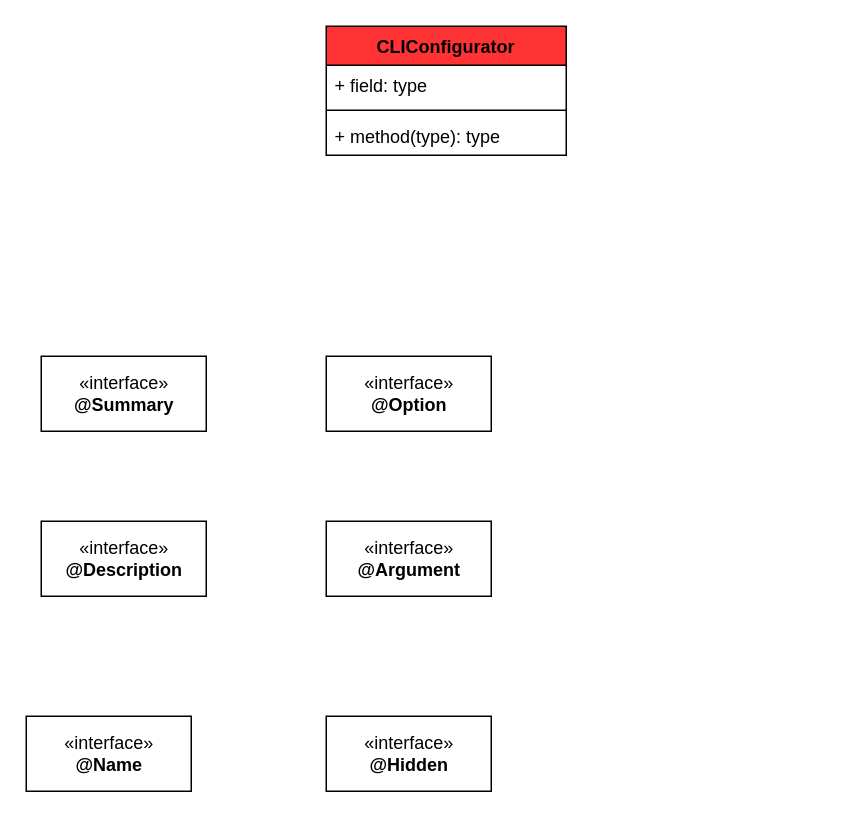
The draw.io diagram page "annotations" (2 of 3) of cli.drawio in tadsimons/draw, before the edit. Source tidied: cells renumbered, new cells numbered last; positions are measured from the earlier drawing's top-left corner, leaving out a move shared by most shapes. Both pictures are drawn from the tidied source at 150%, with x=0, y=0 at pixel (26, 26).
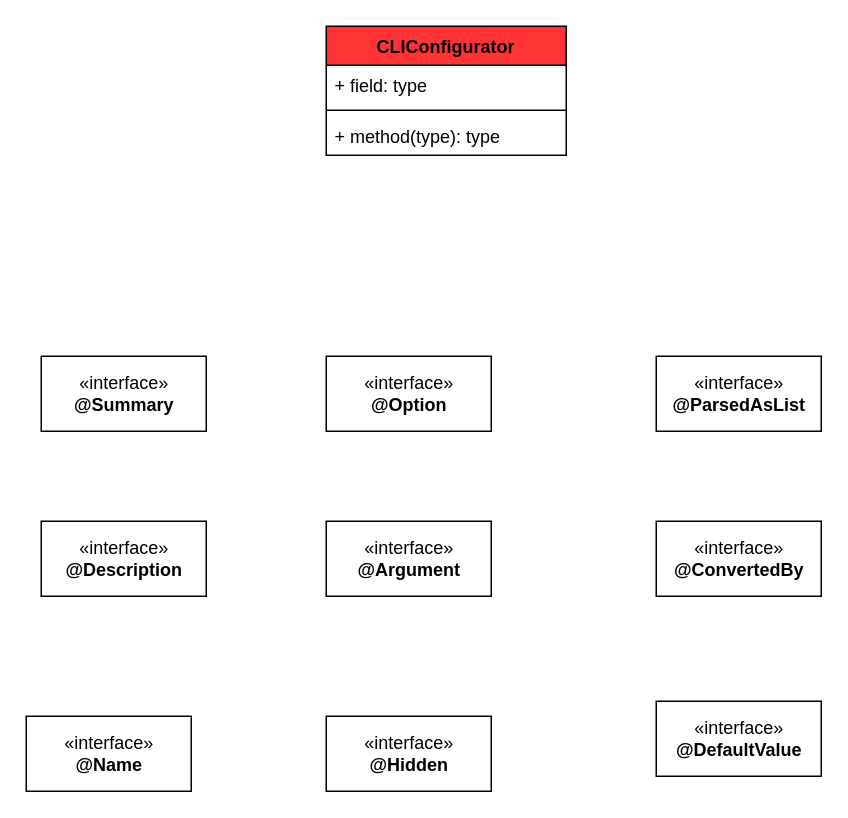
After the change.

Change to the diagram source:
```diff
@@
 <mxGraphModel>
   <root>
     <mxCell id="0" />
     <mxCell id="1" parent="0" />
     <mxCell id="2" value="CLIConfigurator" style="swimlane;fontStyle=1;align=center;verticalAlign=top;horizontal=1;startSize=26;fillColor=#FF3333;" parent="1" vertex="1">
       <mxGeometry x="200" width="160" height="86" as="geometry" />
     </mxCell>
     <mxCell id="3" value="+ field: type" style="text;strokeColor=none;fillColor=none;align=left;verticalAlign=top;spacingLeft=4;spacingRight=4;overflow=hidden;" parent="2" vertex="1">
       <mxGeometry y="26" width="160" height="26" as="geometry" />
     </mxCell>
     <mxCell id="4" style="line;strokeWidth=1;fillColor=none;align=left;verticalAlign=middle;spacingTop=-1;spacingLeft=3;spacingRight=3;labelPosition=right;" parent="2" vertex="1">
       <mxGeometry y="52" width="160" height="8" as="geometry" />
     </mxCell>
     <mxCell id="5" value="+ method(type): type" style="text;strokeColor=none;fillColor=none;align=left;verticalAlign=top;spacingLeft=4;spacingRight=4;overflow=hidden;" parent="2" vertex="1">
       <mxGeometry y="60" width="160" height="26" as="geometry" />
     </mxCell>
     <mxCell id="6" value="«interface»&lt;br&gt;&lt;b&gt;@Description&lt;/b&gt;" style="html=1;fillColor=#FFFFFF;" parent="1" vertex="1">
       <mxGeometry x="10" y="330" width="110" height="50" as="geometry" />
     </mxCell>
     <mxCell id="7" value="«interface»&lt;br&gt;&lt;b&gt;@Summary&lt;/b&gt;" style="html=1;fillColor=#FFFFFF;" parent="1" vertex="1">
       <mxGeometry x="10" y="220" width="110" height="50" as="geometry" />
     </mxCell>
     <mxCell id="8" value="«interface»&lt;br&gt;&lt;b&gt;@Option&lt;/b&gt;" style="html=1;fillColor=#FFFFFF;" parent="1" vertex="1">
       <mxGeometry x="200" y="220" width="110" height="50" as="geometry" />
     </mxCell>
     <mxCell id="9" value="«interface»&lt;br&gt;&lt;b&gt;@Argument&lt;/b&gt;" style="html=1;fillColor=#FFFFFF;" parent="1" vertex="1">
       <mxGeometry x="200" y="330" width="110" height="50" as="geometry" />
     </mxCell>
     <mxCell id="10" value="«interface»&lt;br&gt;&lt;b&gt;@Name&lt;/b&gt;" style="html=1;fillColor=#FFFFFF;" parent="1" vertex="1">
       <mxGeometry y="460" width="110" height="50" as="geometry" />
     </mxCell>
     <mxCell id="11" value="«interface»&lt;br&gt;&lt;b&gt;@Hidden&lt;/b&gt;" style="html=1;fillColor=#FFFFFF;" parent="1" vertex="1">
       <mxGeometry x="200" y="460" width="110" height="50" as="geometry" />
     </mxCell>
+    <mxCell id="12" value="«interface»&lt;br&gt;&lt;b&gt;@ParsedAsList&lt;/b&gt;" style="html=1;fillColor=#FFFFFF;" parent="1" vertex="1">
+      <mxGeometry x="420" y="220" width="110" height="50" as="geometry" />
+    </mxCell>
+    <mxCell id="13" value="«interface»&lt;br&gt;&lt;b&gt;@ConvertedBy&lt;/b&gt;" style="html=1;fillColor=#FFFFFF;" parent="1" vertex="1">
+      <mxGeometry x="420" y="330" width="110" height="50" as="geometry" />
+    </mxCell>
+    <mxCell id="14" value="«interface»&lt;br&gt;&lt;b&gt;@DefaultValue&lt;/b&gt;" style="html=1;fillColor=#FFFFFF;" parent="1" vertex="1">
+      <mxGeometry x="420" y="450" width="110" height="50" as="geometry" />
+    </mxCell>
   </root>
 </mxGraphModel>
```
